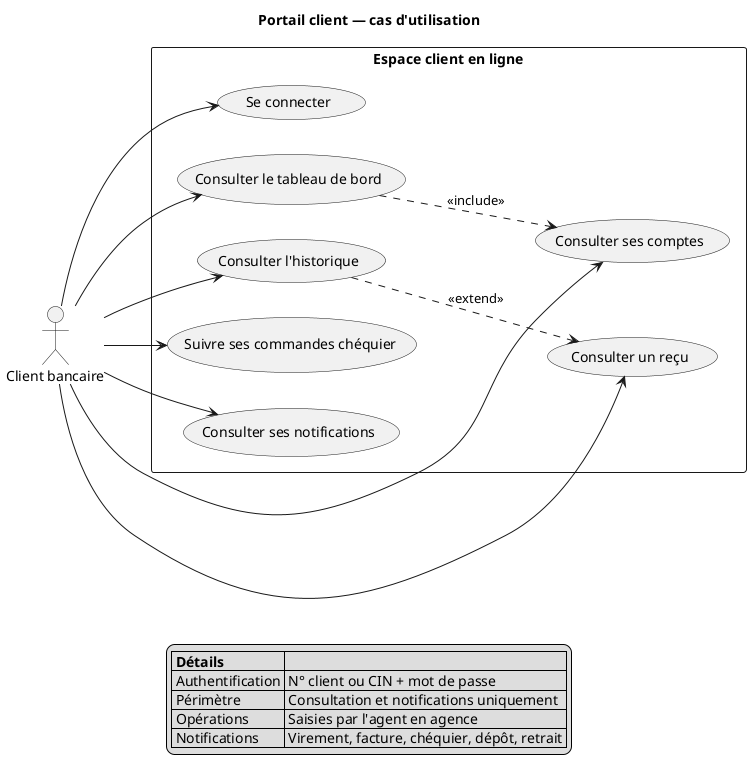
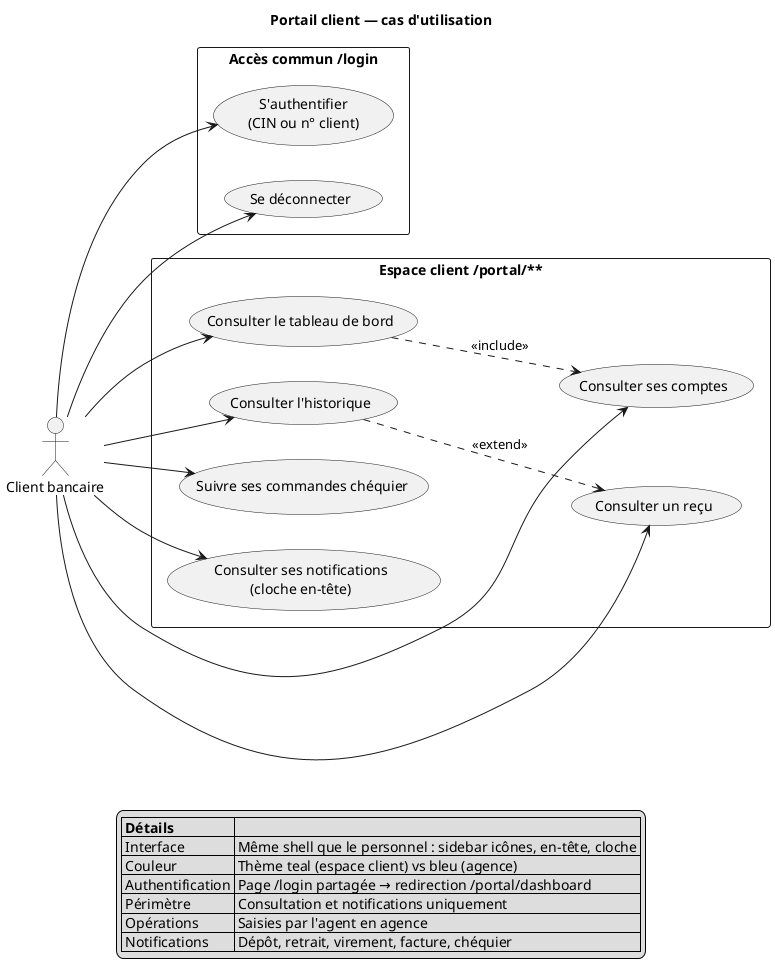
@startuml 03-portail-client
left to right direction
skinparam shadowing false
skinparam packageStyle rectangle

title Portail client — cas d'utilisation

actor "Client bancaire" as client

- rectangle "Espace client en ligne" {
-   usecase "Se connecter" as UC_LOGIN
+ rectangle "Accès commun /login" {
+   usecase "S'authentifier\n(CIN ou n° client)" as UC_LOGIN
+   usecase "Se déconnecter" as UC_LOGOUT
+ }
+ 
+ rectangle "Espace client /portal/**" {
  usecase "Consulter le tableau de bord" as UC_DASH
  usecase "Consulter ses comptes" as UC_ACCOUNTS
  usecase "Consulter l'historique" as UC_HISTORY
  usecase "Consulter un reçu" as UC_RECEIPT
  usecase "Suivre ses commandes chéquier" as UC_CHQ
-   usecase "Consulter ses notifications" as UC_NOTIF
+   usecase "Consulter ses notifications\n(cloche en-tête)" as UC_NOTIF
}

client --> UC_LOGIN
+ client --> UC_LOGOUT
client --> UC_DASH
client --> UC_ACCOUNTS
client --> UC_HISTORY
client --> UC_RECEIPT
client --> UC_CHQ
client --> UC_NOTIF

UC_DASH ..> UC_ACCOUNTS : <<include>>
UC_HISTORY ..> UC_RECEIPT : <<extend>>

legend bottom
  |= Détails |= |
-   | Authentification | N° client ou CIN + mot de passe |
+   | Interface | Même shell que le personnel : sidebar icônes, en-tête, cloche |
+   | Couleur | Thème teal (espace client) vs bleu (agence) |
+   | Authentification | Page /login partagée → redirection /portal/dashboard |
  | Périmètre | Consultation et notifications uniquement |
  | Opérations | Saisies par l'agent en agence |
-   | Notifications | Virement, facture, chéquier, dépôt, retrait |
+   | Notifications | Dépôt, retrait, virement, facture, chéquier |
endlegend

@enduml
